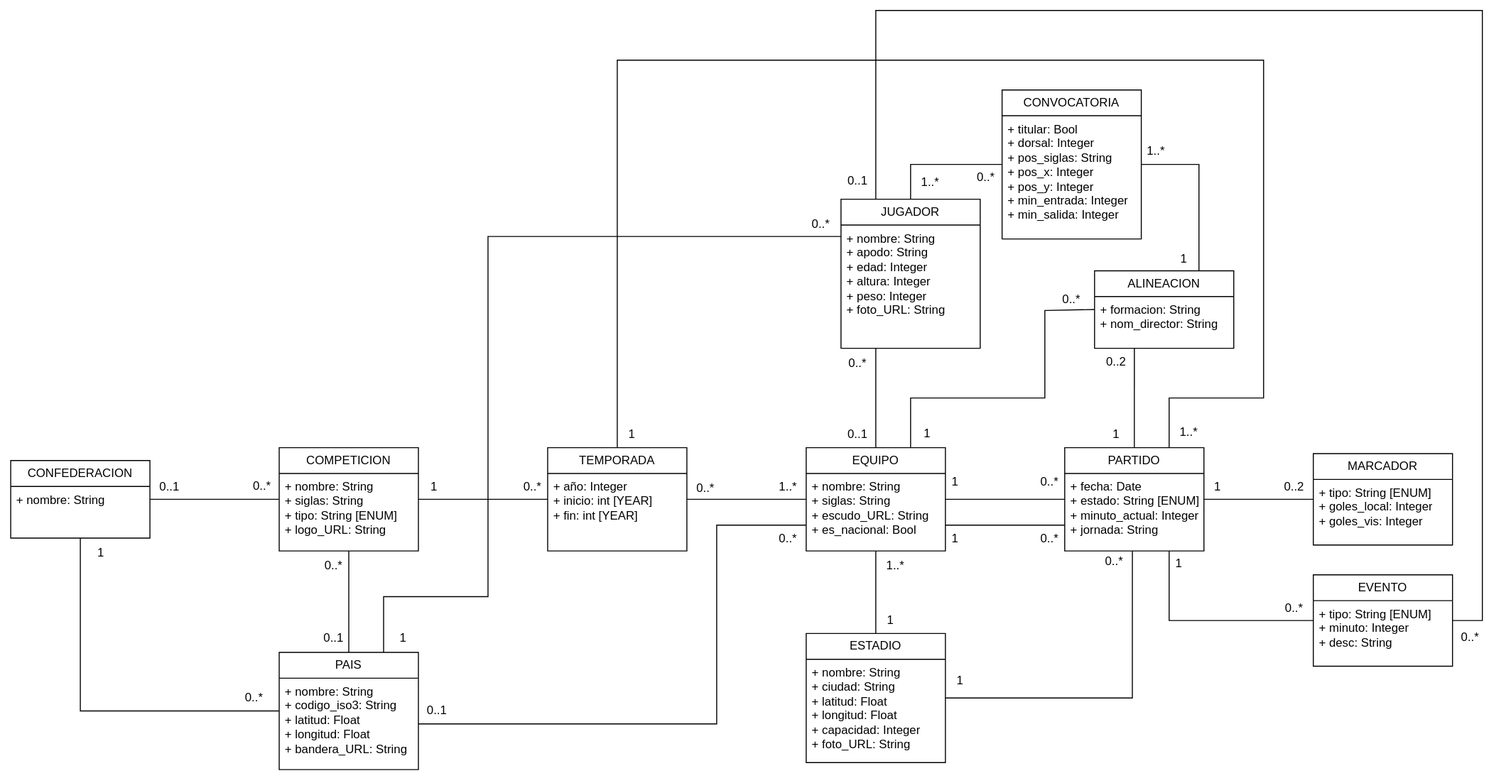
The draw.io diagram ModeloDominio.svg in FDB-52450/TPI_GeoFootball04, before a commit. Source tidied: cells renumbered, new cells last; positions are measured from the earlier drawing's top-left corner, leaving out a move shared by most shapes.
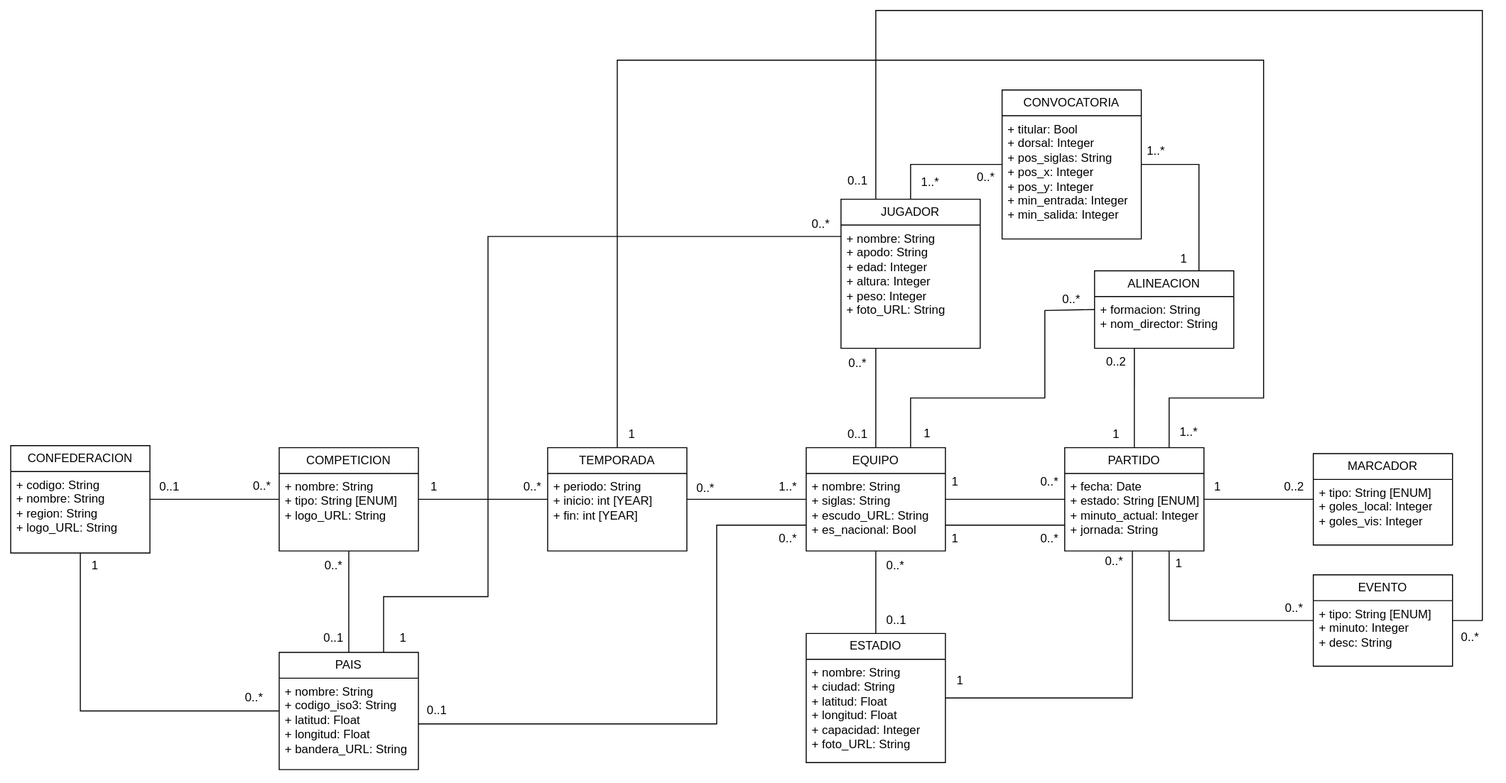
Above is the later version.

Commit message:
docs: ajustar multiplicidad entre equipo y estadio en modelo de dominio

The edit, as a diff of the source:
```diff
@@ -30,9 +30,9 @@
     <mxCell id="8" value="COMPETICION" style="swimlane;fontStyle=0;horizontal=1;startSize=26;fillColor=none;whiteSpace=wrap;html=1;" parent="1" vertex="1">
       <mxGeometry x="270" y="440" width="140" height="104" as="geometry" />
     </mxCell>
-    <mxCell id="9" value="+ nombre: String&lt;div&gt;+ siglas: String&lt;/div&gt;&lt;div&gt;+ tipo: String [ENUM]&lt;/div&gt;&lt;div&gt;+ logo_URL: String&lt;/div&gt;" style="text;strokeColor=none;fillColor=none;align=left;verticalAlign=top;spacingLeft=4;spacingRight=4;overflow=hidden;whiteSpace=wrap;html=1;" parent="8" vertex="1">
-      <mxGeometry y="26" width="140" height="78" as="geometry" />
-    </mxCell>
+    <mxCell id="86" value="+ nombre: String&lt;div&gt;+ tipo: String [ENUM]&lt;/div&gt;&lt;div&gt;+ logo_URL: String&lt;/div&gt;" style="text;strokeColor=none;fillColor=none;align=left;verticalAlign=top;spacingLeft=4;spacingRight=4;overflow=hidden;whiteSpace=wrap;html=1;" parent="8" vertex="1">
+      <mxGeometry y="26" width="140" height="78" as="geometry" />
+    </mxCell>
     <mxCell id="10" style="edgeStyle=orthogonalEdgeStyle;rounded=0;jettySize=auto;html=1;exitX=1;exitY=0.5;exitDx=0;exitDy=0;entryX=0;entryY=0.5;entryDx=0;entryDy=0;endArrow=none;endFill=0;" parent="1" edge="1" source="12" target="51">
       <mxGeometry relative="1" as="geometry" />
     </mxCell>
@@ -48,12 +48,12 @@
     <mxCell id="14" style="edgeStyle=orthogonalEdgeStyle;rounded=0;jettySize=auto;html=1;exitX=0;exitY=0.5;exitDx=0;exitDy=0;entryX=1;entryY=0.5;entryDx=0;entryDy=0;endArrow=none;endFill=0;" parent="1" edge="1" source="18" target="23">
       <mxGeometry relative="1" as="geometry" />
     </mxCell>
-    <mxCell id="15" style="edgeStyle=orthogonalEdgeStyle;rounded=0;jettySize=auto;html=1;exitX=1;exitY=0.75;exitDx=0;exitDy=0;entryX=0;entryY=0.75;entryDx=0;entryDy=0;endArrow=none;endFill=0;" parent="1" edge="1" source="18" target="12">
-      <mxGeometry relative="1" as="geometry" />
-    </mxCell>
-    <mxCell id="16" style="edgeStyle=orthogonalEdgeStyle;rounded=0;jettySize=auto;html=1;exitX=1;exitY=0.5;exitDx=0;exitDy=0;entryX=0;entryY=0.5;entryDx=0;entryDy=0;endArrow=none;endFill=0;" parent="1" edge="1" source="18" target="12">
-      <mxGeometry relative="1" as="geometry" />
-    </mxCell>
+    <mxCell id="87" style="edgeStyle=orthogonalEdgeStyle;rounded=0;jettySize=auto;html=1;exitX=1;exitY=0.75;exitDx=0;exitDy=0;entryX=0;entryY=0.75;entryDx=0;entryDy=0;endArrow=none;endFill=0;" parent="1" edge="1" source="18" target="12">
+      <mxGeometry relative="1" as="geometry" />
+    </mxCell>
+    <mxCell id="88" style="edgeStyle=orthogonalEdgeStyle;rounded=0;jettySize=auto;html=1;exitX=1;exitY=0.5;exitDx=0;exitDy=0;entryX=0;entryY=0.5;entryDx=0;entryDy=0;endArrow=none;endFill=0;" parent="1" edge="1" source="18" target="12">
+      <mxGeometry relative="1" as="geometry" />
+    </mxCell>
     <mxCell id="17" style="edgeStyle=orthogonalEdgeStyle;rounded=0;jettySize=auto;html=1;exitX=0;exitY=0.75;exitDx=0;exitDy=0;entryX=1;entryY=0.5;entryDx=0;entryDy=0;defaultLabelBackgroundColor=page;endArrow=none;endFill=0;" parent="1" edge="1" source="18" target="5">
       <mxGeometry relative="1" as="geometry">
         <Array as="points">
@@ -80,9 +80,9 @@
     <mxCell id="23" value="TEMPORADA" style="swimlane;fontStyle=0;horizontal=1;startSize=26;fillColor=none;whiteSpace=wrap;html=1;" parent="1" vertex="1">
       <mxGeometry x="540" y="440" width="140" height="104" as="geometry" />
     </mxCell>
-    <mxCell id="24" value="+ año: Integer&lt;div&gt;+ inicio: int [YEAR]&lt;/div&gt;&lt;div&gt;+ fin: int [YEAR]&lt;/div&gt;" style="text;strokeColor=none;fillColor=none;align=left;verticalAlign=top;spacingLeft=4;spacingRight=4;overflow=hidden;whiteSpace=wrap;html=1;" parent="23" vertex="1">
-      <mxGeometry y="26" width="140" height="78" as="geometry" />
-    </mxCell>
+    <mxCell id="89" value="+ periodo: String&lt;div&gt;+ inicio: int [YEAR]&lt;/div&gt;&lt;div&gt;+ fin: int [YEAR]&lt;/div&gt;" style="text;strokeColor=none;fillColor=none;align=left;verticalAlign=top;spacingLeft=4;spacingRight=4;overflow=hidden;whiteSpace=wrap;html=1;" parent="23" vertex="1">
+      <mxGeometry y="26" width="140" height="78" as="geometry" />
+    </mxCell>
     <mxCell id="25" style="edgeStyle=orthogonalEdgeStyle;rounded=0;jettySize=auto;html=1;exitX=1;exitY=0.5;exitDx=0;exitDy=0;entryX=0.25;entryY=0;entryDx=0;entryDy=0;endArrow=none;endFill=0;" parent="1" edge="1" source="26" target="33">
       <mxGeometry relative="1" as="geometry">
         <Array as="points">
@@ -102,11 +102,11 @@
       <mxGeometry relative="1" as="geometry" />
     </mxCell>
     <mxCell id="29" value="CONFEDERACION" style="swimlane;fontStyle=0;horizontal=1;startSize=26;fillColor=none;whiteSpace=wrap;html=1;" parent="1" vertex="1">
-      <mxGeometry y="453" width="140" height="78" as="geometry" />
+      <mxGeometry y="438" width="140" height="108" as="geometry" />
     </mxCell>
-    <mxCell id="30" value="+ nombre: String" style="text;strokeColor=none;fillColor=none;align=left;verticalAlign=top;spacingLeft=4;spacingRight=4;overflow=hidden;whiteSpace=wrap;html=1;" parent="29" vertex="1">
-      <mxGeometry y="26" width="140" height="52" as="geometry" />
-    </mxCell>
+    <mxCell id="90" value="+ codigo: String&lt;div&gt;+ nombre: String&lt;/div&gt;&lt;div&gt;+ region: String&lt;br&gt;&lt;div&gt;+ logo_URL: String&lt;/div&gt;&lt;/div&gt;" style="text;strokeColor=none;fillColor=none;align=left;verticalAlign=top;spacingLeft=4;spacingRight=4;overflow=hidden;whiteSpace=wrap;html=1;" parent="29" vertex="1">
+      <mxGeometry y="26" width="140" height="82" as="geometry" />
+    </mxCell>
     <mxCell id="31" style="edgeStyle=orthogonalEdgeStyle;rounded=0;jettySize=auto;html=1;exitX=0.25;exitY=1;exitDx=0;exitDy=0;entryX=0.5;entryY=0;entryDx=0;entryDy=0;endArrow=none;endFill=0;" parent="1" edge="1" source="33" target="18">
       <mxGeometry relative="1" as="geometry" />
     </mxCell>
@@ -128,12 +128,12 @@
     <mxCell id="35" style="edgeStyle=orthogonalEdgeStyle;rounded=0;jettySize=auto;html=1;exitX=1;exitY=0.5;exitDx=0;exitDy=0;entryX=0.486;entryY=1;entryDx=0;entryDy=0;entryPerimeter=0;endArrow=none;endFill=0;" parent="1" edge="1" source="21" target="13">
       <mxGeometry relative="1" as="geometry" />
     </mxCell>
-    <mxCell id="36" value="1" style="text;html=1;whiteSpace=wrap;strokeColor=none;fillColor=none;align=center;verticalAlign=middle;rounded=0;" parent="1" vertex="1">
-      <mxGeometry x="860" y="599" width="50" height="30" as="geometry" />
-    </mxCell>
-    <mxCell id="37" value="1..*" style="text;html=1;whiteSpace=wrap;strokeColor=none;fillColor=none;align=center;verticalAlign=middle;rounded=0;" parent="1" vertex="1">
-      <mxGeometry x="865" y="544" width="50" height="30" as="geometry" />
-    </mxCell>
+    <mxCell id="91" value="0..1" style="text;html=1;whiteSpace=wrap;strokeColor=none;fillColor=none;align=center;verticalAlign=middle;rounded=0;" parent="1" vertex="1">
+      <mxGeometry x="866" y="599" width="50" height="30" as="geometry" />
+    </mxCell>
+    <mxCell id="92" value="0..*" style="text;html=1;whiteSpace=wrap;strokeColor=none;fillColor=none;align=center;verticalAlign=middle;rounded=0;" parent="1" vertex="1">
+      <mxGeometry x="865" y="544" width="50" height="30" as="geometry" />
+    </mxCell>
     <mxCell id="38" value="0..*" style="text;html=1;whiteSpace=wrap;strokeColor=none;fillColor=none;align=center;verticalAlign=middle;rounded=0;" parent="1" vertex="1">
       <mxGeometry x="1020" y="517" width="50" height="30" as="geometry" />
     </mxCell>
@@ -197,9 +197,9 @@
     <mxCell id="58" value="1" style="text;html=1;whiteSpace=wrap;strokeColor=none;fillColor=none;align=center;verticalAlign=middle;rounded=0;" parent="1" vertex="1">
       <mxGeometry x="925" y="460" width="50" height="30" as="geometry" />
     </mxCell>
-    <mxCell id="59" value="1" style="text;html=1;whiteSpace=wrap;strokeColor=none;fillColor=none;align=center;verticalAlign=middle;rounded=0;" parent="1" vertex="1">
-      <mxGeometry x="66" y="531" width="50" height="30" as="geometry" />
-    </mxCell>
+    <mxCell id="93" value="1" style="text;html=1;whiteSpace=wrap;strokeColor=none;fillColor=none;align=center;verticalAlign=middle;rounded=0;" parent="1" vertex="1">
+      <mxGeometry x="60" y="544" width="50" height="30" as="geometry" />
+    </mxCell>
     <mxCell id="60" style="edgeStyle=orthogonalEdgeStyle;rounded=0;jettySize=auto;html=1;exitX=0.75;exitY=0;exitDx=0;exitDy=0;entryX=1;entryY=0.5;entryDx=0;entryDy=0;endArrow=none;endFill=0;" parent="1" edge="1" source="61" target="65">
       <mxGeometry relative="1" as="geometry" />
     </mxCell>
```
